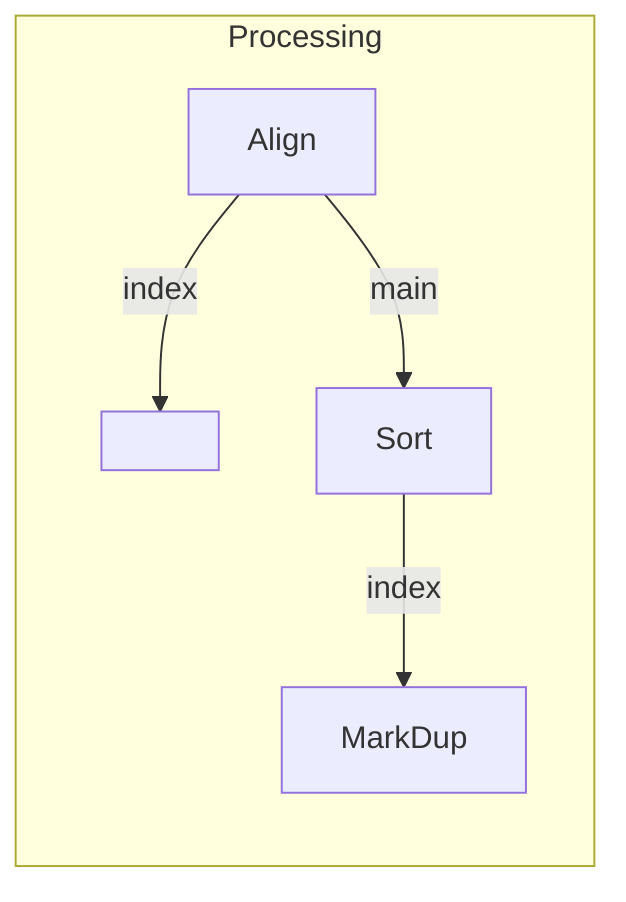
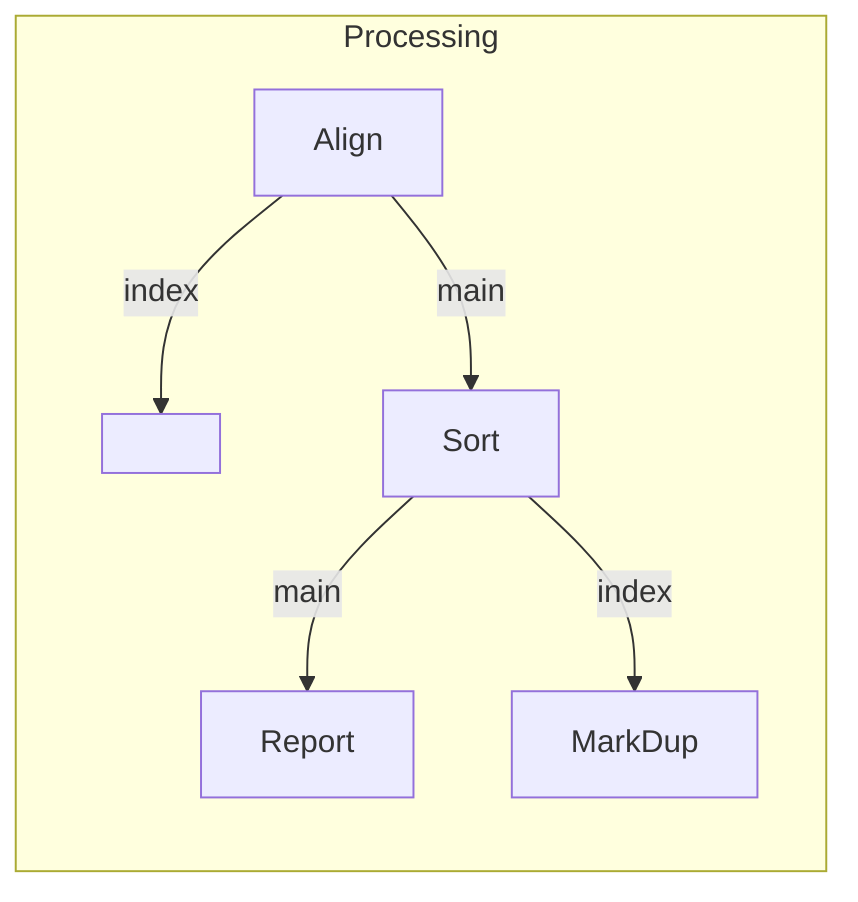
%%metro title: Leaf file icon on a continuing trunk
%%metro line: main | Main | #3b82f6
%%metro line: index | Index | #e63946
%%metro file: bam_out | BAM

graph LR
    subgraph proc [Processing]
        align[Align]
        bam_out[ ]
        sort[Sort]
+         report[Report]
        markdup[MarkDup]

        align -->|index| bam_out
        align -->|main| sort
+         sort -->|main| report
        sort -->|index| markdup
    end
